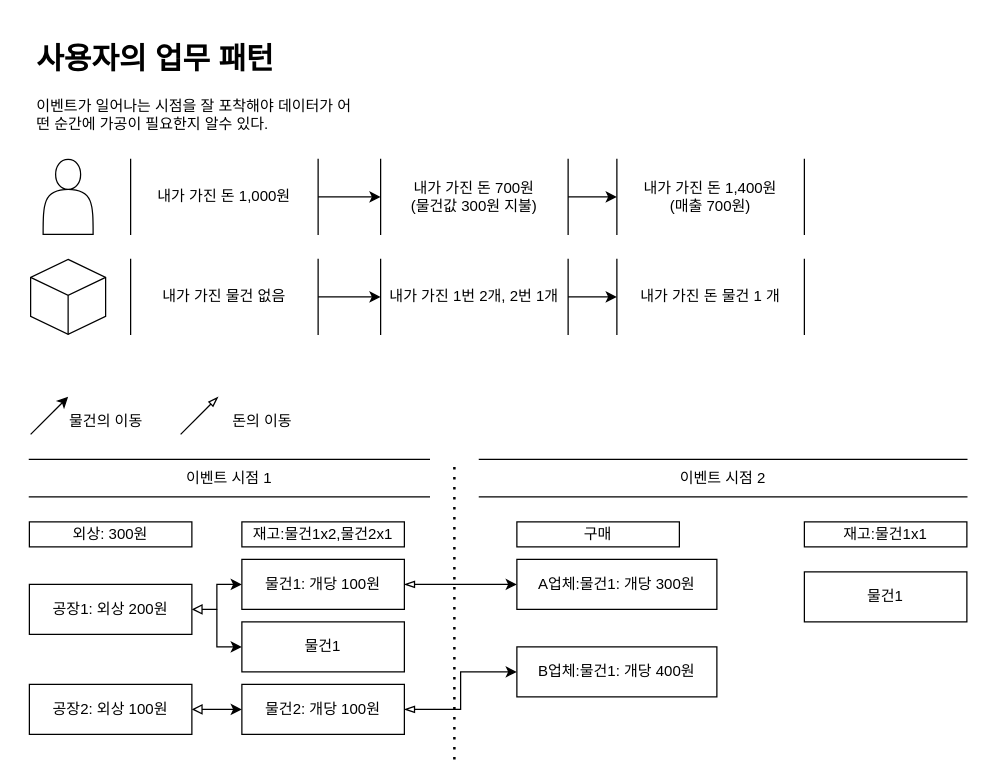
ndism/baco2 keeps this draw.io diagram as page "Page-2" (2 of 2) of 플로우.drawio. Above is the earlier version. Source tidied: cells renumbered, new cells numbered last; positions are measured from the earlier drawing's top-left corner, leaving out a move shared by most shapes. Both pictures are drawn from the tidied source at 125%, with x=0, y=0 at pixel (29, 34).
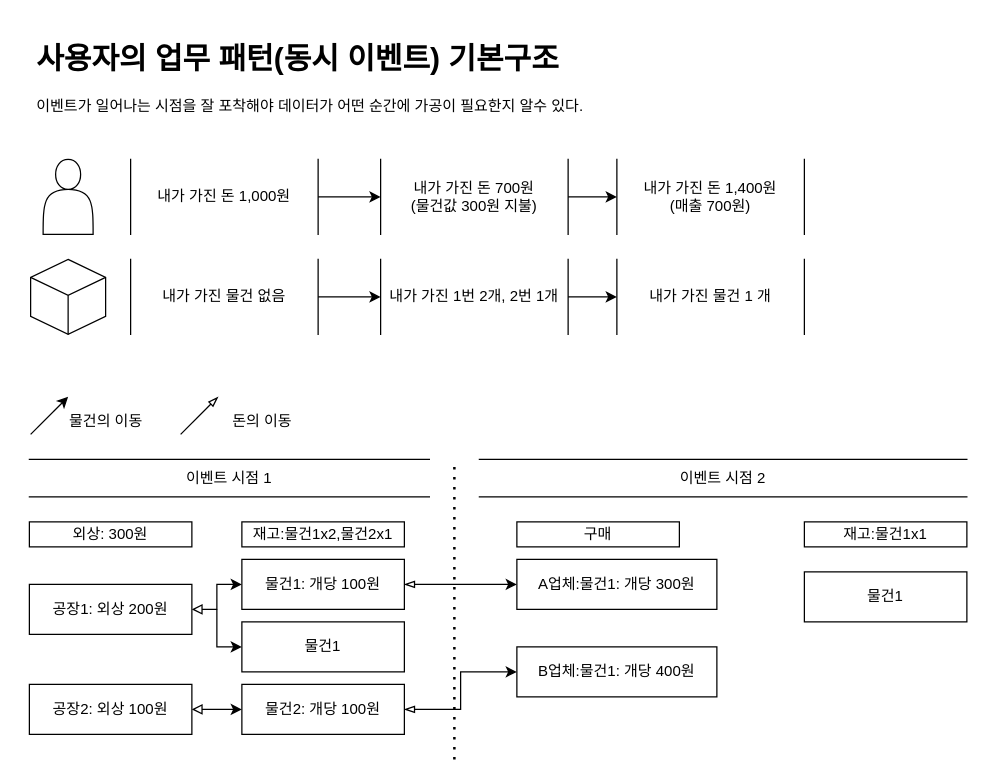
The same diagram, later.

Change to the diagram source:
```diff
@@
-    <mxCell id="21" value="&lt;h1&gt;사용자의 업무 패턴&lt;/h1&gt;&lt;div&gt;이벤트가 일어나는 시점을 잘 포착해야 데이터가 어떤 순간에 가공이 필요한지 알수 있다.&lt;/div&gt;" style="text;html=1;strokeColor=none;fillColor=none;spacing=5;spacingTop=-20;whiteSpace=wrap;overflow=hidden;rounded=0;" parent="1" vertex="1">
-      <mxGeometry x="1" width="260" height="80" as="geometry" />
+    <mxCell id="21" value="&lt;h1&gt;사용자의 업무 패턴(동시 이벤트) 기본구조&lt;/h1&gt;&lt;div&gt;이벤트가 일어나는 시점을 잘 포착해야 데이터가 어떤 순간에 가공이 필요한지 알수 있다.&lt;/div&gt;" style="text;html=1;strokeColor=none;fillColor=none;spacing=5;spacingTop=-20;whiteSpace=wrap;overflow=hidden;rounded=0;" parent="1" vertex="1">
+      <mxGeometry x="1" width="560" height="80" as="geometry" />
     </mxCell>
@@
-    <mxCell id="39" value="내가 가진 돈 물건 1 개" style="shape=partialRectangle;whiteSpace=wrap;html=1;top=0;bottom=0;fillColor=none;" parent="1" vertex="1">
+    <mxCell id="39" value="내가 가진 물건 1 개" style="shape=partialRectangle;whiteSpace=wrap;html=1;top=0;bottom=0;fillColor=none;" parent="1" vertex="1">
       <mxGeometry x="470" y="180" width="150" height="60" as="geometry" />
     </mxCell>
```
